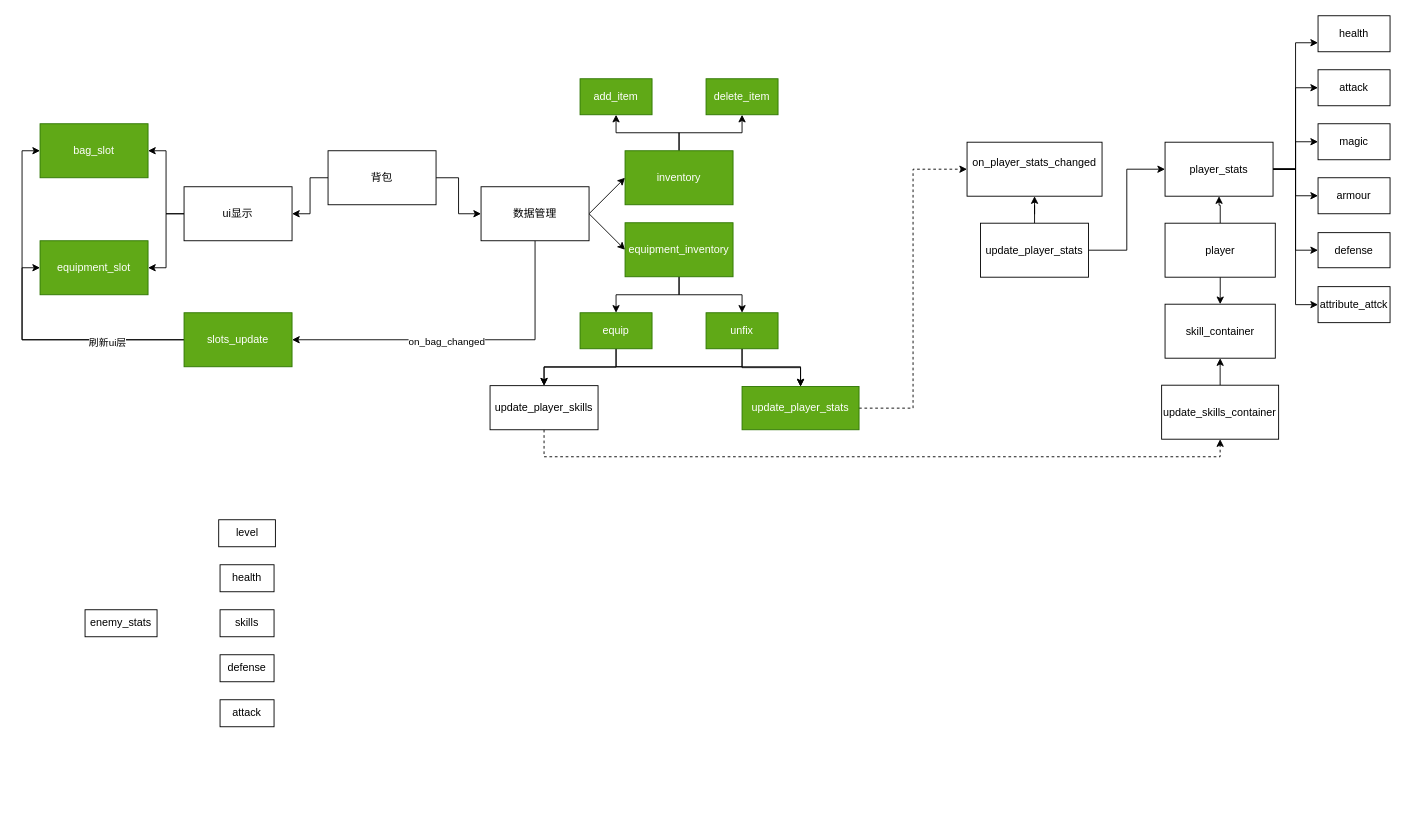
This is soul_guide.drawio from zuishabi/soul_guide, a draw.io file, before an edit. Source tidied: cells renumbered, new cells numbered last; positions are measured from the earlier drawing's top-left corner, leaving out a move shared by most shapes. Both pictures are drawn from the tidied source at 90%, with x=0, y=0 at pixel (40, 15).
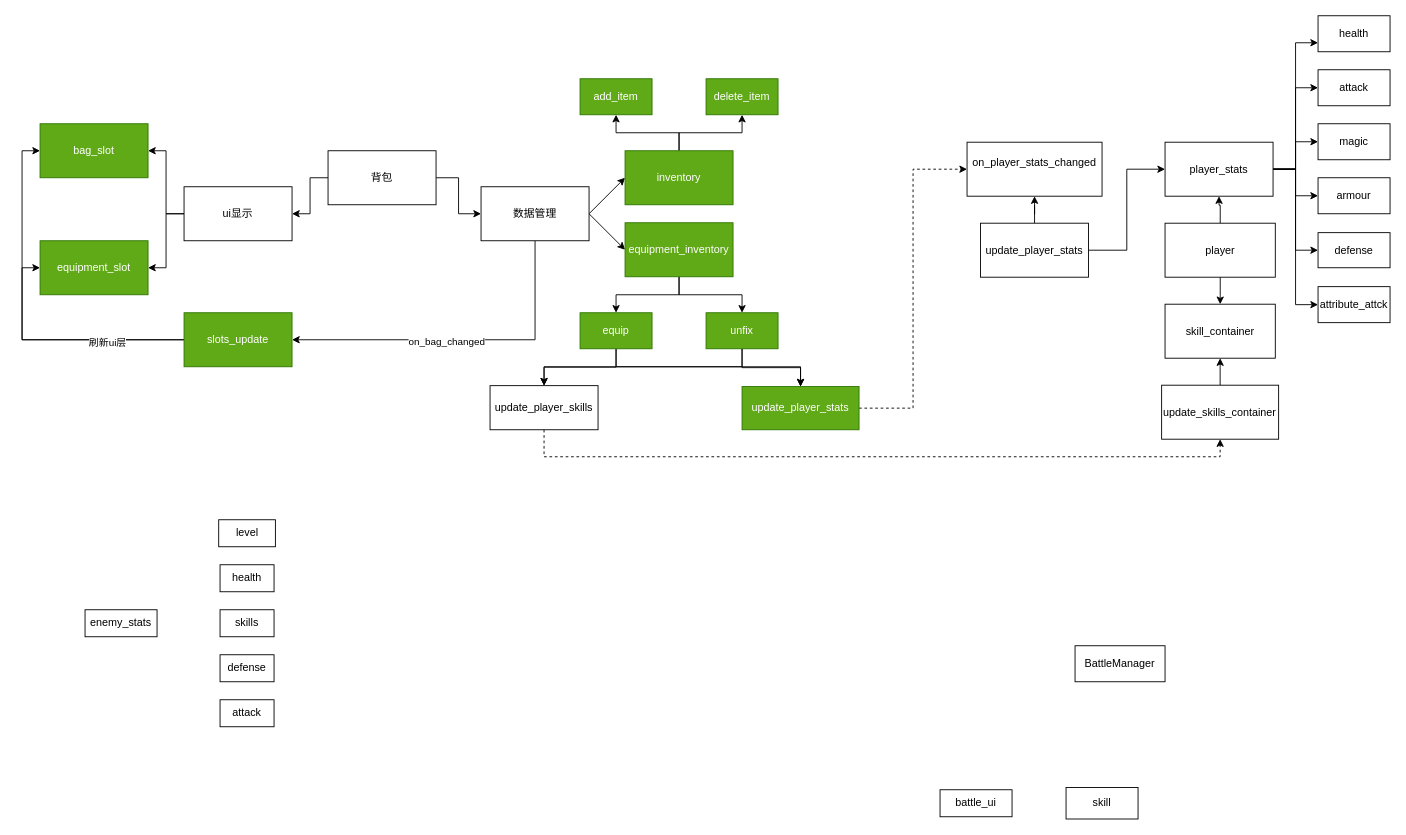
The same page after the edit.

What changed in the source:
```diff
@@
+    <mxCell id="66" value="BattleManager" style="rounded=0;whiteSpace=wrap;html=1;" parent="1" vertex="1">
+      <mxGeometry x="1150" y="700" width="100" height="40" as="geometry" />
+    </mxCell>
+    <mxCell id="67" value="battle_ui" style="whiteSpace=wrap;html=1;" parent="1" vertex="1">
+      <mxGeometry x="1000" y="860" width="80" height="30" as="geometry" />
+    </mxCell>
+    <mxCell id="68" value="skill" style="whiteSpace=wrap;html=1;" parent="1" vertex="1">
+      <mxGeometry x="1140" y="857.5" width="80" height="35" as="geometry" />
+    </mxCell>
```
